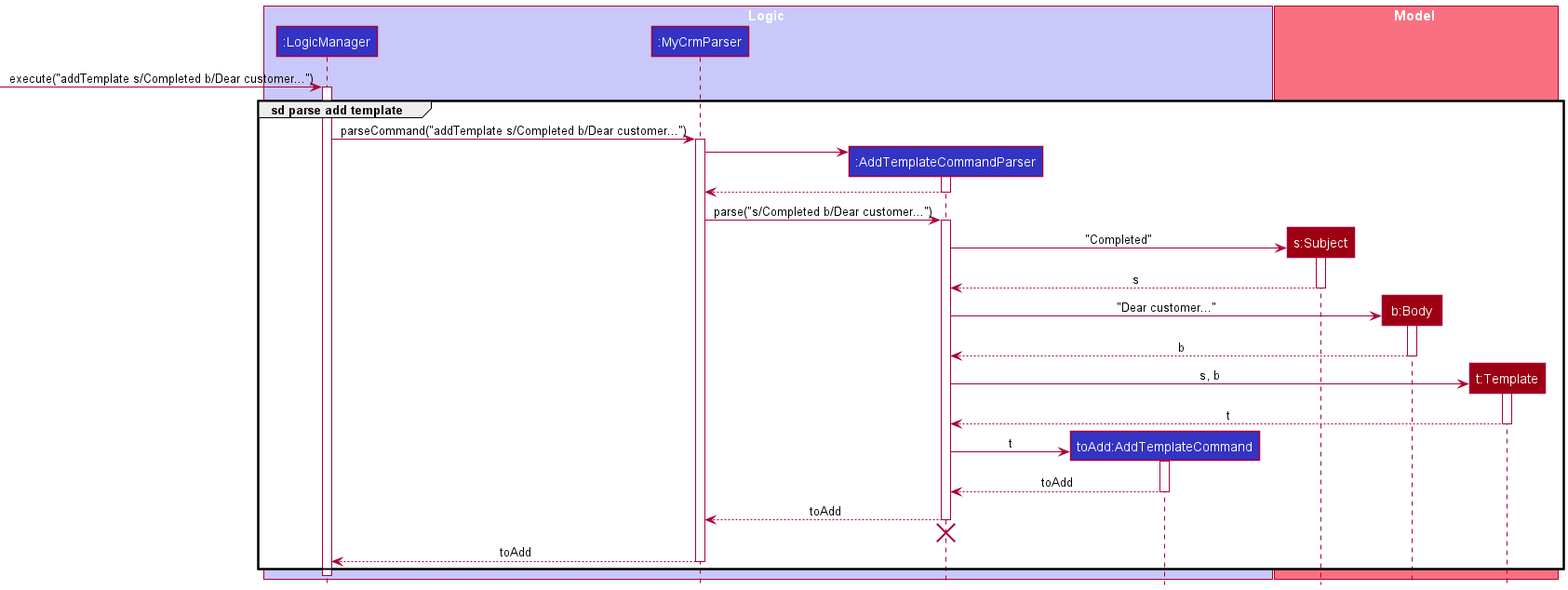
Above: docs/images/mail/AddTemplateParseSequenceDiagram.png in ooawagaeri/tp (PlantUML), before the change. Source of this version:
```plantuml
@startuml
!include style.puml

box Logic LOGIC_COLOR_T1
participant ":LogicManager" as LogicManager LOGIC_COLOR
participant ":MyCrmParser" as MyCrmParser LOGIC_COLOR
participant ":AddTemplateCommandParser" as AddTemplateCommandParser LOGIC_COLOR
participant "toAdd:AddTemplateCommand" as AddTemplateCommand LOGIC_COLOR
end box

box Model MODEL_COLOR_T1
participant "s:Subject" as Subject MODEL_COLOR
participant "b:Body" as Body MODEL_COLOR
participant "t:Template" as Template MODEL_COLOR
end box
[-> LogicManager : execute("addTemplate s/Completed b/Dear customer...")
activate LogicManager

group sd parse add template
LogicManager -> MyCrmParser : parseCommand("addTemplate s/Completed b/Dear customer...")
activate MyCrmParser

create AddTemplateCommandParser
MyCrmParser -> AddTemplateCommandParser
activate AddTemplateCommandParser

AddTemplateCommandParser --> MyCrmParser
deactivate AddTemplateCommandParser

MyCrmParser -> AddTemplateCommandParser : parse("s/Completed b/Dear customer...")
activate AddTemplateCommandParser

create Subject
AddTemplateCommandParser -> Subject : "Completed"
activate Subject
Subject --> AddTemplateCommandParser : s
deactivate Subject

create Body
AddTemplateCommandParser -> Body : "Dear customer..."
activate Body
Body --> AddTemplateCommandParser : b
deactivate Body

create Template
AddTemplateCommandParser -> Template : s, b
activate Template
Template --> AddTemplateCommandParser : t
deactivate Template

create AddTemplateCommand
AddTemplateCommandParser -> AddTemplateCommand : t
activate AddTemplateCommand
AddTemplateCommand --> AddTemplateCommandParser : toAdd
deactivate AddTemplateCommand

AddTemplateCommandParser --> MyCrmParser : toAdd
deactivate AddTemplateCommandParser
AddTemplateCommandParser -[hidden]-> MyCrmParser
destroy AddTemplateCommandParser

MyCrmParser --> LogicManager : toAdd
deactivate MyCrmParser
end

deactivate LogicManager
@enduml
```
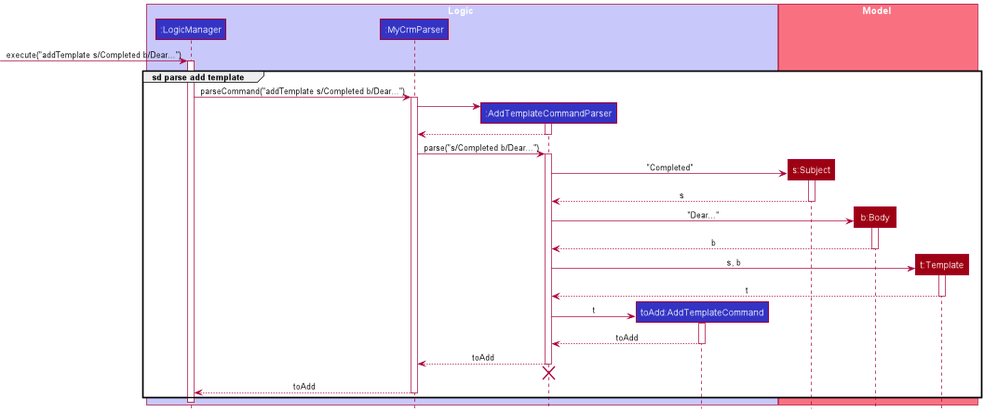
The same diagram one commit later.

The edit, as a diff of the source:
```diff
@@ -1,5 +1,5 @@
 @startuml
-!include style.puml
+!include ../style.puml
 
 box Logic LOGIC_COLOR_T1
 participant ":LogicManager" as LogicManager LOGIC_COLOR
@@ -13,11 +13,11 @@
 participant "b:Body" as Body MODEL_COLOR
 participant "t:Template" as Template MODEL_COLOR
 end box
-[-> LogicManager : execute("addTemplate s/Completed b/Dear customer...")
+[-> LogicManager : execute("addTemplate s/Completed b/Dear...")
 activate LogicManager
 
 group sd parse add template
-LogicManager -> MyCrmParser : parseCommand("addTemplate s/Completed b/Dear customer...")
+LogicManager -> MyCrmParser : parseCommand("addTemplate s/Completed b/Dear...")
 activate MyCrmParser
 
 create AddTemplateCommandParser
@@ -27,7 +27,7 @@
 AddTemplateCommandParser --> MyCrmParser
 deactivate AddTemplateCommandParser
 
-MyCrmParser -> AddTemplateCommandParser : parse("s/Completed b/Dear customer...")
+MyCrmParser -> AddTemplateCommandParser : parse("s/Completed b/Dear...")
 activate AddTemplateCommandParser
 
 create Subject
@@ -37,7 +37,7 @@
 deactivate Subject
 
 create Body
-AddTemplateCommandParser -> Body : "Dear customer..."
+AddTemplateCommandParser -> Body : "Dear..."
 activate Body
 Body --> AddTemplateCommandParser : b
 deactivate Body
```
